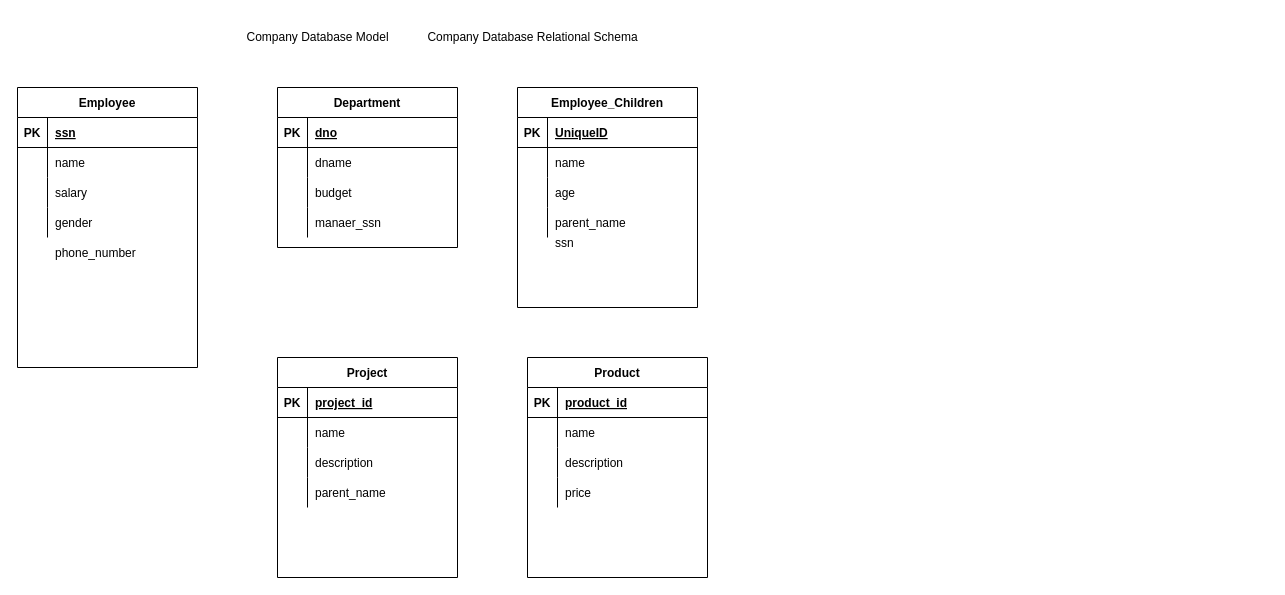
FeyzaBiber/Android keeps this draw.io diagram as Untitled Diagram.drawio. Above is the earlier version. Source tidied: cells renumbered, new cells numbered last; positions are measured from the earlier drawing's top-left corner, leaving out a move shared by most shapes. Both pictures are drawn from the tidied source at 100%, with x=0, y=0 at pixel (17, 27).
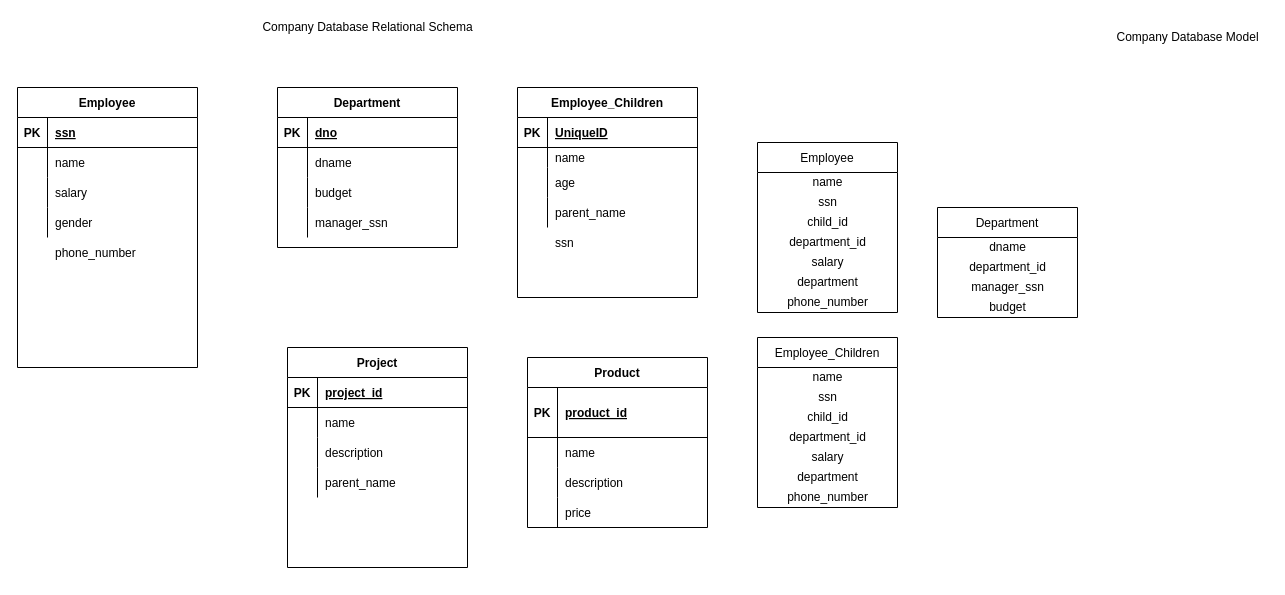
The same diagram, later.

Unchanged cells that the change refers to:
```xml
<mxCell id="30" style="shape=partialRectangle;fillColor=none;top=0;left=0;bottom=0;right=0;" parent="20" vertex="1">
  <mxGeometry y="120" width="180" height="30" as="geometry" />
</mxCell>
```

The edit, as a diff of the source:
```diff
@@
     <mxCell id="2" value="Company Database Model" style="text;html=1;align=center;verticalAlign=middle;fillColor=none;strokeColor=none;rounded=0;" parent="1" vertex="1">
-      <mxGeometry x="220" width="160" height="20" as="geometry" />
+      <mxGeometry x="1090" width="160" height="20" as="geometry" />
     </mxCell>
     <mxCell id="3" value="Company Database Relational Schema" style="text;html=1;align=center;verticalAlign=middle;fillColor=none;strokeColor=none;rounded=0;" parent="1" vertex="1">
-      <mxGeometry x="400" width="230" height="20" as="geometry" />
+      <mxGeometry x="235" y="-10" width="230" height="20" as="geometry" />
     </mxCell>
@@
-    <mxCell id="32" value="manaer_ssn" style="shape=partialRectangle;fillColor=none;top=0;left=0;bottom=0;right=0;align=left;spacingLeft=6;overflow=hidden;" parent="30" vertex="1">
+    <mxCell id="32" value="manager_ssn" style="shape=partialRectangle;fillColor=none;top=0;left=0;bottom=0;right=0;align=left;spacingLeft=6;overflow=hidden;" parent="30" vertex="1">
       <mxGeometry x="30" width="150" height="30" as="geometry" />
     </mxCell>
     <mxCell id="33" value="Employee_Children" style="shape=table;startSize=30;childLayout=tableLayout;rowLines=0;fontStyle=1;align=center;" parent="1" vertex="1">
-      <mxGeometry x="500" y="60" width="180" height="220" as="geometry" />
+      <mxGeometry x="500" y="60" width="180" height="210" as="geometry" />
     </mxCell>
@@
     <mxCell id="37" style="shape=partialRectangle;fillColor=none;top=0;left=0;bottom=0;right=0;" parent="33" vertex="1">
-      <mxGeometry y="60" width="180" height="30" as="geometry" />
+      <mxGeometry y="60" width="180" height="20" as="geometry" />
     </mxCell>
     <mxCell id="38" style="shape=partialRectangle;fillColor=none;top=0;left=0;bottom=0;right=0;overflow=hidden;" parent="37" vertex="1">
-      <mxGeometry width="30" height="30" as="geometry" />
+      <mxGeometry width="30" height="20" as="geometry" />
     </mxCell>
     <mxCell id="39" value="name" style="shape=partialRectangle;fillColor=none;top=0;left=0;bottom=0;right=0;align=left;spacingLeft=6;overflow=hidden;" parent="37" vertex="1">
-      <mxGeometry x="30" width="150" height="30" as="geometry" />
+      <mxGeometry x="30" width="150" height="20" as="geometry" />
     </mxCell>
     <mxCell id="40" style="shape=partialRectangle;fillColor=none;top=0;left=0;bottom=0;right=0;" parent="33" vertex="1">
-      <mxGeometry y="90" width="180" height="30" as="geometry" />
+      <mxGeometry y="80" width="180" height="30" as="geometry" />
     </mxCell>
@@
     <mxCell id="43" style="shape=partialRectangle;fillColor=none;top=0;left=0;bottom=0;right=0;" parent="33" vertex="1">
-      <mxGeometry y="120" width="180" height="30" as="geometry" />
+      <mxGeometry y="110" width="180" height="30" as="geometry" />
     </mxCell>
@@
     <mxCell id="46" value="Project" style="shape=table;startSize=30;childLayout=tableLayout;rowLines=0;fontStyle=1;align=center;" parent="1" vertex="1">
-      <mxGeometry x="260" y="330" width="180" height="220" as="geometry" />
+      <mxGeometry x="270" y="320" width="180" height="220" as="geometry" />
     </mxCell>
@@
     <mxCell id="59" value="Product" style="shape=table;startSize=30;childLayout=tableLayout;rowLines=0;fontStyle=1;align=center;" parent="1" vertex="1">
-      <mxGeometry x="510" y="330" width="180" height="220" as="geometry" />
+      <mxGeometry x="510" y="330" width="180" height="170" as="geometry" />
     </mxCell>
     <mxCell id="60" style="shape=partialRectangle;fillColor=none;top=0;left=0;bottom=1;right=0;" parent="59" vertex="1">
-      <mxGeometry y="30" width="180" height="30" as="geometry" />
+      <mxGeometry y="30" width="180" height="50" as="geometry" />
     </mxCell>
     <mxCell id="61" value="PK" style="shape=partialRectangle;fillColor=none;top=0;left=0;bottom=0;right=0;fontStyle=1;overflow=hidden;" parent="60" vertex="1">
-      <mxGeometry width="30" height="30" as="geometry" />
+      <mxGeometry width="30" height="50" as="geometry" />
     </mxCell>
     <mxCell id="62" value="product_id" style="shape=partialRectangle;fillColor=none;top=0;left=0;bottom=0;right=0;align=left;spacingLeft=6;fontStyle=5;overflow=hidden;" parent="60" vertex="1">
-      <mxGeometry x="30" width="150" height="30" as="geometry" />
+      <mxGeometry x="30" width="150" height="50" as="geometry" />
     </mxCell>
     <mxCell id="63" style="shape=partialRectangle;fillColor=none;top=0;left=0;bottom=0;right=0;" parent="59" vertex="1">
-      <mxGeometry y="60" width="180" height="30" as="geometry" />
+      <mxGeometry y="80" width="180" height="30" as="geometry" />
     </mxCell>
@@
     <mxCell id="66" style="shape=partialRectangle;fillColor=none;top=0;left=0;bottom=0;right=0;" parent="59" vertex="1">
-      <mxGeometry y="90" width="180" height="30" as="geometry" />
+      <mxGeometry y="110" width="180" height="30" as="geometry" />
     </mxCell>
@@
     <mxCell id="69" style="shape=partialRectangle;fillColor=none;top=0;left=0;bottom=0;right=0;" parent="59" vertex="1">
-      <mxGeometry y="120" width="180" height="30" as="geometry" />
+      <mxGeometry y="140" width="180" height="30" as="geometry" />
     </mxCell>
@@
+    <mxCell id="72" value="Employee" style="swimlane;fontStyle=0;horizontal=1;startSize=30;fillColor=#ffffff;swimlaneFillColor=#ffffff;" parent="1" vertex="1">
+      <mxGeometry x="740" y="115" width="140" height="170" as="geometry" />
+    </mxCell>
+    <mxCell id="73" value="name" style="text;html=1;align=center;verticalAlign=middle;fillColor=none;strokeColor=none;rounded=0;" parent="72" vertex="1">
+      <mxGeometry y="30" width="140" height="20" as="geometry" />
+    </mxCell>
+    <mxCell id="74" value="ssn" style="text;html=1;align=center;verticalAlign=middle;fillColor=none;strokeColor=none;rounded=0;" parent="72" vertex="1">
+      <mxGeometry y="50" width="140" height="20" as="geometry" />
+    </mxCell>
+    <mxCell id="75" value="child_id" style="text;html=1;align=center;verticalAlign=middle;fillColor=none;strokeColor=none;rounded=0;" parent="72" vertex="1">
+      <mxGeometry y="70" width="140" height="20" as="geometry" />
+    </mxCell>
+    <mxCell id="76" value="department_id" style="text;html=1;align=center;verticalAlign=middle;fillColor=none;strokeColor=none;rounded=0;rotation=0;" parent="72" vertex="1">
+      <mxGeometry y="90" width="140" height="20" as="geometry" />
+    </mxCell>
+    <mxCell id="77" value="salary" style="text;html=1;align=center;verticalAlign=middle;fillColor=none;strokeColor=none;rounded=0;" parent="72" vertex="1">
+      <mxGeometry y="110" width="140" height="20" as="geometry" />
+    </mxCell>
+    <mxCell id="78" value="department" style="text;html=1;align=center;verticalAlign=middle;fillColor=none;strokeColor=none;rounded=0;" parent="72" vertex="1">
+      <mxGeometry y="130" width="140" height="20" as="geometry" />
+    </mxCell>
+    <mxCell id="79" value="phone_number" style="text;html=1;align=center;verticalAlign=middle;fillColor=none;strokeColor=none;rounded=0;" parent="72" vertex="1">
+      <mxGeometry y="150" width="140" height="20" as="geometry" />
+    </mxCell>
+    <mxCell id="80" value="Department" style="swimlane;fontStyle=0;horizontal=1;startSize=30;fillColor=#ffffff;swimlaneFillColor=#ffffff;" parent="1" vertex="1">
+      <mxGeometry x="920" y="180" width="140" height="110" as="geometry" />
+    </mxCell>
+    <mxCell id="81" value="dname" style="text;html=1;align=center;verticalAlign=middle;fillColor=none;strokeColor=none;rounded=0;" parent="80" vertex="1">
+      <mxGeometry y="30" width="140" height="20" as="geometry" />
+    </mxCell>
+    <mxCell id="82" value="department_id" style="text;html=1;align=center;verticalAlign=middle;fillColor=none;strokeColor=none;rounded=0;" parent="80" vertex="1">
+      <mxGeometry y="50" width="140" height="20" as="geometry" />
+    </mxCell>
+    <mxCell id="83" value="manager_ssn" style="text;html=1;align=center;verticalAlign=middle;fillColor=none;strokeColor=none;rounded=0;" parent="80" vertex="1">
+      <mxGeometry y="70" width="140" height="20" as="geometry" />
+    </mxCell>
+    <mxCell id="84" value="budget" style="text;html=1;align=center;verticalAlign=middle;fillColor=none;strokeColor=none;rounded=0;" parent="80" vertex="1">
+      <mxGeometry y="90" width="140" height="20" as="geometry" />
+    </mxCell>
+    <mxCell id="85" value="Employee_Children" style="swimlane;fontStyle=0;horizontal=1;startSize=30;fillColor=#ffffff;swimlaneFillColor=#ffffff;" parent="1" vertex="1">
+      <mxGeometry x="740" y="310" width="140" height="170" as="geometry" />
+    </mxCell>
+    <mxCell id="86" value="name" style="text;html=1;align=center;verticalAlign=middle;fillColor=none;strokeColor=none;rounded=0;" parent="85" vertex="1">
+      <mxGeometry y="30" width="140" height="20" as="geometry" />
+    </mxCell>
+    <mxCell id="87" value="ssn" style="text;html=1;align=center;verticalAlign=middle;fillColor=none;strokeColor=none;rounded=0;" parent="85" vertex="1">
+      <mxGeometry y="50" width="140" height="20" as="geometry" />
+    </mxCell>
+    <mxCell id="88" value="child_id" style="text;html=1;align=center;verticalAlign=middle;fillColor=none;strokeColor=none;rounded=0;" parent="85" vertex="1">
+      <mxGeometry y="70" width="140" height="20" as="geometry" />
+    </mxCell>
+    <mxCell id="89" value="department_id" style="text;html=1;align=center;verticalAlign=middle;fillColor=none;strokeColor=none;rounded=0;rotation=0;" parent="85" vertex="1">
+      <mxGeometry y="90" width="140" height="20" as="geometry" />
+    </mxCell>
+    <mxCell id="90" value="salary" style="text;html=1;align=center;verticalAlign=middle;fillColor=none;strokeColor=none;rounded=0;" parent="85" vertex="1">
+      <mxGeometry y="110" width="140" height="20" as="geometry" />
+    </mxCell>
+    <mxCell id="91" value="department" style="text;html=1;align=center;verticalAlign=middle;fillColor=none;strokeColor=none;rounded=0;" parent="85" vertex="1">
+      <mxGeometry y="130" width="140" height="20" as="geometry" />
+    </mxCell>
+    <mxCell id="92" value="phone_number" style="text;html=1;align=center;verticalAlign=middle;fillColor=none;strokeColor=none;rounded=0;" parent="85" vertex="1">
+      <mxGeometry y="150" width="140" height="20" as="geometry" />
+    </mxCell>
```
